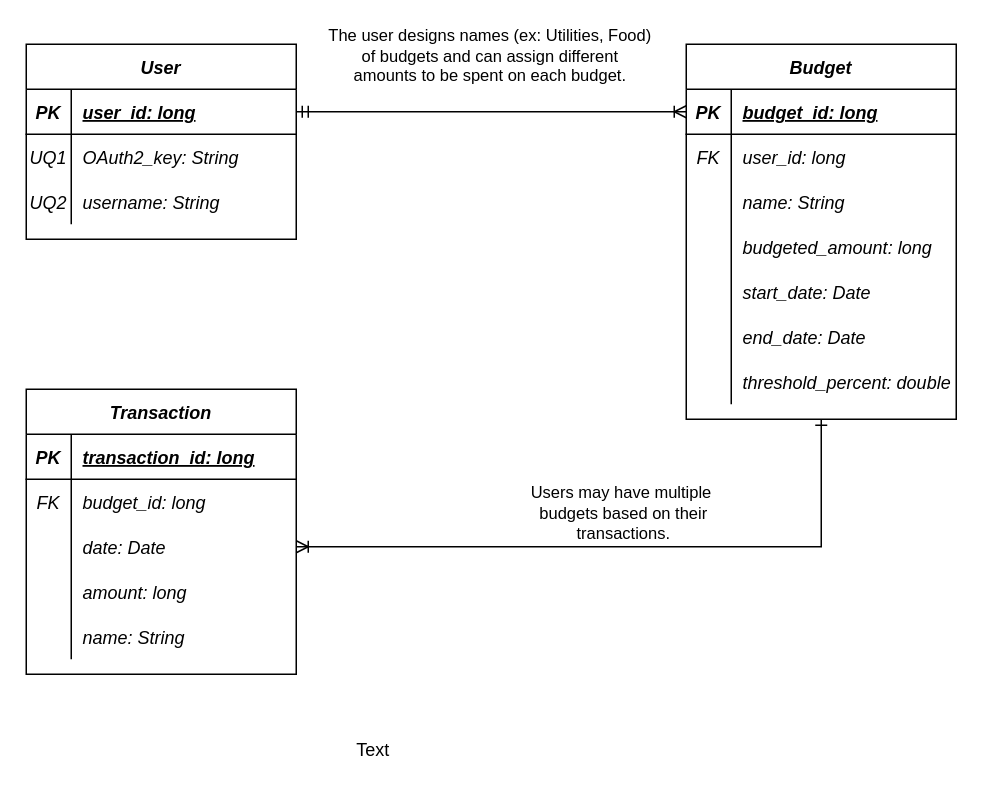
The draw.io diagram docs/shared-saves/entity-relationships.drawio in budget-manager/budget-manager.github.io, before the edit. Source tidied: cells renumbered, new cells numbered last; positions are measured from the earlier drawing's top-left corner, leaving out a move shared by most shapes. Both pictures are drawn from the tidied source at 150%, with x=0, y=0 at pixel (26, 44).
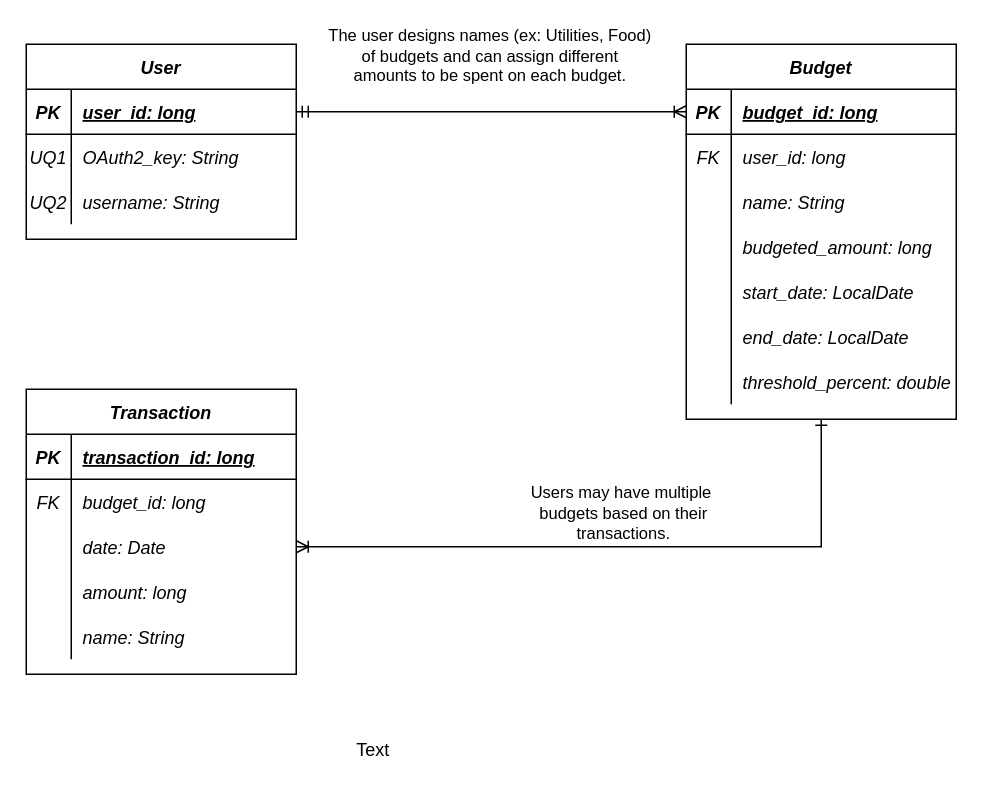
The same page after the edit.

The change refers to these unchanged cells:
```xml
<mxCell id="41" style="shape=partialRectangle;fillColor=none;top=0;left=0;bottom=0;right=0;fontStyle=2;" parent="28" vertex="1">
  <mxGeometry y="150" width="180" height="30" as="geometry" />
</mxCell>
<mxCell id="44" style="shape=partialRectangle;fillColor=none;top=0;left=0;bottom=0;right=0;fontStyle=2;" parent="28" vertex="1">
  <mxGeometry y="180" width="180" height="30" as="geometry" />
</mxCell>
```

Diff of the diagram source:
```diff
@@
-    <mxCell id="43" value="start_date: Date" style="shape=partialRectangle;fillColor=none;top=0;left=0;bottom=0;right=0;align=left;spacingLeft=6;overflow=hidden;fontStyle=2;" parent="41" vertex="1">
+    <mxCell id="43" value="start_date: LocalDate" style="shape=partialRectangle;fillColor=none;top=0;left=0;bottom=0;right=0;align=left;spacingLeft=6;overflow=hidden;fontStyle=2;" parent="41" vertex="1">
       <mxGeometry x="30" width="150" height="30" as="geometry" />
     </mxCell>
@@
-    <mxCell id="46" value="end_date: Date" style="shape=partialRectangle;fillColor=none;top=0;left=0;bottom=0;right=0;align=left;spacingLeft=6;overflow=hidden;fontStyle=2;" parent="44" vertex="1">
+    <mxCell id="46" value="end_date: LocalDate" style="shape=partialRectangle;fillColor=none;top=0;left=0;bottom=0;right=0;align=left;spacingLeft=6;overflow=hidden;fontStyle=2;" parent="44" vertex="1">
       <mxGeometry x="30" width="150" height="30" as="geometry" />
     </mxCell>
```
